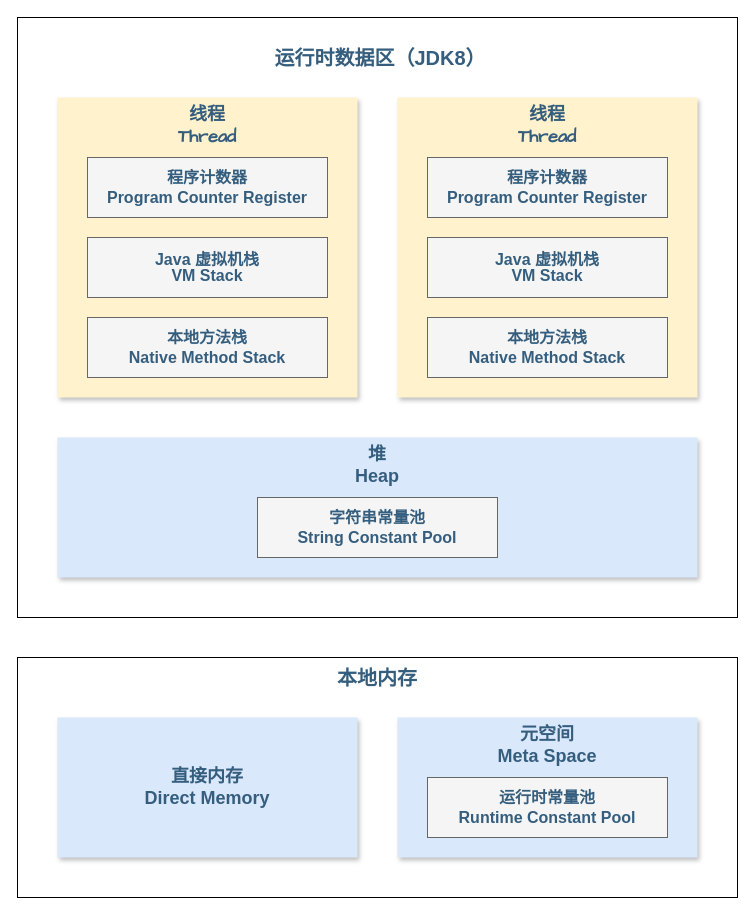
dunwu/waterdrop keeps this draw.io diagram as page "运行时数据区（JDK8）" (2 of 8) of assets/Java/JavaCore/Java虚拟机.drawio. Above is the earlier version. Source tidied: cells renumbered, new cells numbered last; positions are measured from the earlier drawing's top-left corner, leaving out a move shared by most shapes. Both pictures are drawn from the tidied source at 100%, with x=0, y=0 at pixel (17, 17).
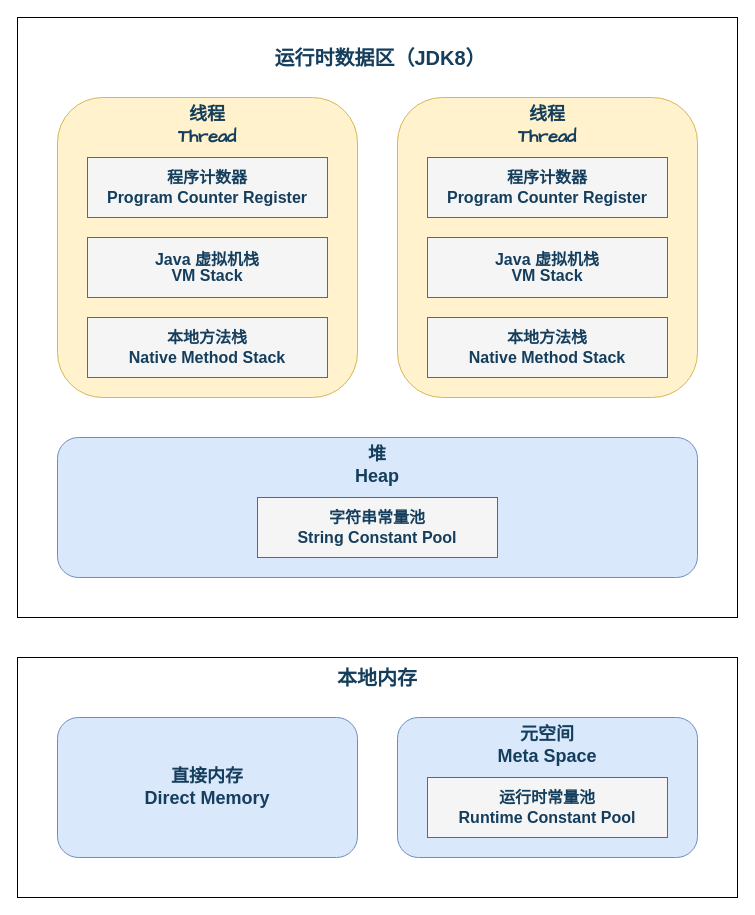
Above is the later version.

The edit, as a diff of the source:
```diff
@@
 <mxGraphModel>
   <root>
     <mxCell id="0" />
     <mxCell id="1" parent="0" />
+    <mxCell id="4" style="rounded=0;whiteSpace=wrap;html=1;fontSize=16;fillColor=none;fontColor=#153E5D;" parent="1" vertex="1">
+      <mxGeometry width="720" height="600" as="geometry" />
+    </mxCell>
-    <mxCell id="2" style="rounded=0;whiteSpace=wrap;html=1;fontSize=16;fontColor=#355E7E;fillColor=none;" parent="1" vertex="1">
+    <mxCell id="2" style="rounded=0;whiteSpace=wrap;html=1;fontSize=16;fontColor=#153E5D;fillColor=none;" parent="1" vertex="1">
       <mxGeometry y="640" width="720" height="240" as="geometry" />
     </mxCell>
-    <mxCell id="3" value="&lt;div style=&quot;border-color: var(--border-color); font-family: &amp;quot;Comic Sans MS&amp;quot;; font-size: 18px; font-weight: 700;&quot;&gt;&lt;div style=&quot;border-color: var(--border-color);&quot;&gt;线程&lt;/div&gt;&lt;div style=&quot;border-color: var(--border-color);&quot;&gt;Thread&lt;/div&gt;&lt;/div&gt;" style="rounded=0;whiteSpace=wrap;html=1;fillColor=#fff2cc;strokeColor=none;shadow=1;fontSize=16;fontColor=#355E7E;verticalAlign=top;" parent="1" vertex="1">
+    <mxCell id="3" value="&lt;div style=&quot;border-color: var(--border-color); font-family: &amp;quot;Comic Sans MS&amp;quot;; font-size: 18px; font-weight: 700;&quot;&gt;&lt;div style=&quot;border-color: var(--border-color);&quot;&gt;线程&lt;/div&gt;&lt;div style=&quot;border-color: var(--border-color);&quot;&gt;Thread&lt;/div&gt;&lt;/div&gt;" style="rounded=1;whiteSpace=wrap;html=1;fillColor=#fff2cc;strokeColor=#d6b656;shadow=0;fontSize=16;verticalAlign=top;fontColor=#153E5D;" parent="1" vertex="1">
       <mxGeometry x="40" y="80" width="300" height="300" as="geometry" />
     </mxCell>
-    <mxCell id="4" style="rounded=0;whiteSpace=wrap;html=1;fontSize=16;fillColor=none;" parent="1" vertex="1">
-      <mxGeometry width="720" height="600" as="geometry" />
-    </mxCell>
-    <mxCell id="5" value="&lt;div style=&quot;border-color: var(--border-color); font-size: 18px; font-weight: 700;&quot;&gt;元空间&lt;/div&gt;&lt;div style=&quot;border-color: var(--border-color); font-size: 18px; font-weight: 700;&quot;&gt;Meta Space&lt;/div&gt;" style="rounded=0;whiteSpace=wrap;html=1;fillColor=#dae8fc;strokeColor=none;shadow=1;fontSize=16;fontColor=#355E7E;verticalAlign=top;" parent="1" vertex="1">
+    <mxCell id="5" value="&lt;div style=&quot;border-color: var(--border-color); font-size: 18px; font-weight: 700;&quot;&gt;元空间&lt;/div&gt;&lt;div style=&quot;border-color: var(--border-color); font-size: 18px; font-weight: 700;&quot;&gt;Meta Space&lt;/div&gt;" style="rounded=1;whiteSpace=wrap;html=1;fillColor=#dae8fc;strokeColor=#6c8ebf;shadow=0;fontSize=16;verticalAlign=top;fontColor=#153E5D;" parent="1" vertex="1">
       <mxGeometry x="380" y="700" width="300" height="140" as="geometry" />
     </mxCell>
-    <mxCell id="6" value="运行时数据区（JDK8）" style="text;html=1;strokeColor=none;fillColor=none;align=center;verticalAlign=middle;whiteSpace=wrap;rounded=0;fontSize=20;fontStyle=1;fontColor=#355E7E;" parent="1" vertex="1">
+    <mxCell id="6" value="运行时数据区（JDK8）" style="text;html=1;strokeColor=none;fillColor=none;align=center;verticalAlign=middle;whiteSpace=wrap;rounded=0;fontSize=20;fontStyle=1;fontColor=#153E5D;" parent="1" vertex="1">
       <mxGeometry x="220" y="20" width="286" height="40" as="geometry" />
     </mxCell>
-    <mxCell id="7" value="&lt;div style=&quot;border-color: var(--border-color); font-size: 18px; font-weight: 700;&quot;&gt;堆&lt;/div&gt;&lt;div style=&quot;border-color: var(--border-color); font-size: 18px; font-weight: 700;&quot;&gt;Heap&lt;/div&gt;" style="rounded=0;whiteSpace=wrap;html=1;fillColor=#dae8fc;strokeColor=none;shadow=1;fontSize=16;fontColor=#355E7E;verticalAlign=top;" parent="1" vertex="1">
+    <mxCell id="7" value="&lt;div style=&quot;border-color: var(--border-color); font-size: 18px; font-weight: 700;&quot;&gt;堆&lt;/div&gt;&lt;div style=&quot;border-color: var(--border-color); font-size: 18px; font-weight: 700;&quot;&gt;Heap&lt;/div&gt;" style="rounded=1;whiteSpace=wrap;html=1;fillColor=#dae8fc;strokeColor=#6c8ebf;shadow=0;fontSize=16;verticalAlign=top;fontColor=#153E5D;" parent="1" vertex="1">
       <mxGeometry x="40" y="420" width="640" height="140" as="geometry" />
     </mxCell>
-    <mxCell id="8" value="&lt;div style=&quot;font-size: 20px;&quot;&gt;本地内存&lt;/div&gt;" style="text;html=1;strokeColor=none;fillColor=none;align=center;verticalAlign=middle;whiteSpace=wrap;rounded=0;fontSize=20;fontStyle=1;fontColor=#355E7E;" parent="1" vertex="1">
+    <mxCell id="8" value="&lt;div style=&quot;font-size: 20px;&quot;&gt;本地内存&lt;/div&gt;" style="text;html=1;strokeColor=none;fillColor=none;align=center;verticalAlign=middle;whiteSpace=wrap;rounded=0;fontSize=20;fontStyle=1;fontColor=#153E5D;" parent="1" vertex="1">
       <mxGeometry x="300" y="640" width="120" height="40" as="geometry" />
     </mxCell>
-    <mxCell id="9" value="&lt;div style=&quot;border-color: var(--border-color);&quot;&gt;字符串常量池&lt;/div&gt;&lt;div style=&quot;border-color: var(--border-color);&quot;&gt;String Constant Pool&lt;/div&gt;" style="rounded=0;whiteSpace=wrap;html=1;fillColor=#f5f5f5;fontColor=#355E7E;strokeColor=#666666;fontSize=16;fontStyle=1;" parent="1" vertex="1">
+    <mxCell id="9" value="&lt;div style=&quot;border-color: var(--border-color);&quot;&gt;字符串常量池&lt;/div&gt;&lt;div style=&quot;border-color: var(--border-color);&quot;&gt;String Constant Pool&lt;/div&gt;" style="rounded=0;whiteSpace=wrap;html=1;fillColor=#f5f5f5;fontColor=#153E5D;strokeColor=#666666;fontSize=16;fontStyle=1;" parent="1" vertex="1">
       <mxGeometry x="240" y="480" width="240" height="60" as="geometry" />
     </mxCell>
-    <mxCell id="10" value="&lt;div style=&quot;border-color: var(--border-color);&quot;&gt;&lt;div style=&quot;border-color: var(--border-color);&quot;&gt;运行时常量池&lt;/div&gt;&lt;div style=&quot;border-color: var(--border-color);&quot;&gt;Runtime Constant Pool&lt;/div&gt;&lt;/div&gt;" style="rounded=0;whiteSpace=wrap;html=1;fillColor=#f5f5f5;fontColor=#355E7E;strokeColor=#666666;fontSize=16;fontStyle=1;" parent="1" vertex="1">
+    <mxCell id="10" value="&lt;div style=&quot;border-color: var(--border-color);&quot;&gt;&lt;div style=&quot;border-color: var(--border-color);&quot;&gt;运行时常量池&lt;/div&gt;&lt;div style=&quot;border-color: var(--border-color);&quot;&gt;Runtime Constant Pool&lt;/div&gt;&lt;/div&gt;" style="rounded=0;whiteSpace=wrap;html=1;fillColor=#f5f5f5;fontColor=#153E5D;strokeColor=#666666;fontSize=16;fontStyle=1;" parent="1" vertex="1">
       <mxGeometry x="410" y="760" width="240" height="60" as="geometry" />
     </mxCell>
-    <mxCell id="11" value="&lt;div style=&quot;border-color: var(--border-color); font-size: 18px; font-weight: 700;&quot;&gt;直接内存&lt;/div&gt;&lt;div style=&quot;border-color: var(--border-color); font-size: 18px; font-weight: 700;&quot;&gt;Direct Memory&lt;/div&gt;" style="rounded=0;whiteSpace=wrap;html=1;fillColor=#dae8fc;strokeColor=none;shadow=1;fontSize=18;fontColor=#355E7E;" parent="1" vertex="1">
+    <mxCell id="11" value="&lt;div style=&quot;border-color: var(--border-color); font-size: 18px; font-weight: 700;&quot;&gt;直接内存&lt;/div&gt;&lt;div style=&quot;border-color: var(--border-color); font-size: 18px; font-weight: 700;&quot;&gt;Direct Memory&lt;/div&gt;" style="rounded=1;whiteSpace=wrap;html=1;fillColor=#dae8fc;strokeColor=#6c8ebf;shadow=0;fontSize=18;fontColor=#153E5D;" parent="1" vertex="1">
       <mxGeometry x="40" y="700" width="300" height="140" as="geometry" />
     </mxCell>
-    <mxCell id="12" value="&lt;div style=&quot;border-color: var(--border-color); font-family: &amp;quot;Comic Sans MS&amp;quot;; font-size: 18px; font-weight: 700;&quot;&gt;&lt;div style=&quot;border-color: var(--border-color);&quot;&gt;线程&lt;/div&gt;&lt;div style=&quot;border-color: var(--border-color);&quot;&gt;Thread&lt;/div&gt;&lt;/div&gt;" style="rounded=0;whiteSpace=wrap;html=1;fillColor=#fff2cc;strokeColor=none;shadow=1;fontSize=16;fontColor=#355E7E;verticalAlign=top;" parent="1" vertex="1">
+    <mxCell id="12" value="&lt;div style=&quot;border-color: var(--border-color); font-family: &amp;quot;Comic Sans MS&amp;quot;; font-size: 18px; font-weight: 700;&quot;&gt;&lt;div style=&quot;border-color: var(--border-color);&quot;&gt;线程&lt;/div&gt;&lt;div style=&quot;border-color: var(--border-color);&quot;&gt;Thread&lt;/div&gt;&lt;/div&gt;" style="rounded=1;whiteSpace=wrap;html=1;fillColor=#fff2cc;strokeColor=#d6b656;shadow=0;fontSize=16;verticalAlign=top;fontColor=#153E5D;" parent="1" vertex="1">
       <mxGeometry x="380" y="80" width="300" height="300" as="geometry" />
     </mxCell>
-    <mxCell id="13" value="&lt;div style=&quot;font-size: 16px;&quot;&gt;&lt;div style=&quot;font-size: 16px;&quot;&gt;程序计数器&lt;/div&gt;&lt;div style=&quot;font-size: 16px;&quot;&gt;Program Counter Register&lt;/div&gt;&lt;/div&gt;" style="rounded=0;whiteSpace=wrap;html=1;fontSize=16;fillColor=#f5f5f5;fontColor=#355E7E;strokeColor=#666666;fontStyle=1;" parent="1" vertex="1">
+    <mxCell id="13" value="&lt;div style=&quot;font-size: 16px;&quot;&gt;&lt;div style=&quot;font-size: 16px;&quot;&gt;程序计数器&lt;/div&gt;&lt;div style=&quot;font-size: 16px;&quot;&gt;Program Counter Register&lt;/div&gt;&lt;/div&gt;" style="rounded=0;whiteSpace=wrap;html=1;fontSize=16;fillColor=#f5f5f5;fontColor=#153E5D;strokeColor=#666666;fontStyle=1;" parent="1" vertex="1">
       <mxGeometry x="410" y="140" width="240" height="60" as="geometry" />
     </mxCell>
-    <mxCell id="14" value="&lt;div style=&quot;font-size: 16px;&quot;&gt;&lt;div style=&quot;font-size: 16px;&quot;&gt;&lt;p style=&quot;border-color: var(--border-color); margin: 0px 4px; line-height: 16px;&quot; align=&quot;center&quot;&gt;Java 虚拟机栈&lt;/p&gt;&lt;p style=&quot;border-color: var(--border-color); margin: 0px 4px; line-height: 16px;&quot; align=&quot;center&quot;&gt;VM Stack&lt;/p&gt;&lt;/div&gt;&lt;/div&gt;" style="rounded=0;whiteSpace=wrap;html=1;fontSize=16;fillColor=#f5f5f5;fontColor=#355E7E;strokeColor=#666666;fontStyle=1;" parent="1" vertex="1">
+    <mxCell id="14" value="&lt;div style=&quot;font-size: 16px;&quot;&gt;&lt;div style=&quot;font-size: 16px;&quot;&gt;&lt;p style=&quot;border-color: var(--border-color); margin: 0px 4px; line-height: 16px;&quot; align=&quot;center&quot;&gt;Java 虚拟机栈&lt;/p&gt;&lt;p style=&quot;border-color: var(--border-color); margin: 0px 4px; line-height: 16px;&quot; align=&quot;center&quot;&gt;VM Stack&lt;/p&gt;&lt;/div&gt;&lt;/div&gt;" style="rounded=0;whiteSpace=wrap;html=1;fontSize=16;fillColor=#f5f5f5;fontColor=#153E5D;strokeColor=#666666;fontStyle=1;" parent="1" vertex="1">
       <mxGeometry x="410" y="220" width="240" height="60" as="geometry" />
     </mxCell>
-    <mxCell id="15" value="&lt;div style=&quot;font-size: 16px;&quot;&gt;&lt;div style=&quot;font-size: 16px;&quot;&gt;&lt;div style=&quot;border-color: var(--border-color);&quot;&gt;本地方法栈&lt;/div&gt;&lt;div style=&quot;border-color: var(--border-color);&quot;&gt;Native Method Stack&lt;/div&gt;&lt;/div&gt;&lt;/div&gt;" style="rounded=0;whiteSpace=wrap;html=1;fontSize=16;fillColor=#f5f5f5;fontColor=#355E7E;strokeColor=#666666;fontStyle=1;" parent="1" vertex="1">
+    <mxCell id="15" value="&lt;div style=&quot;font-size: 16px;&quot;&gt;&lt;div style=&quot;font-size: 16px;&quot;&gt;&lt;div style=&quot;border-color: var(--border-color);&quot;&gt;本地方法栈&lt;/div&gt;&lt;div style=&quot;border-color: var(--border-color);&quot;&gt;Native Method Stack&lt;/div&gt;&lt;/div&gt;&lt;/div&gt;" style="rounded=0;whiteSpace=wrap;html=1;fontSize=16;fillColor=#f5f5f5;fontColor=#153E5D;strokeColor=#666666;fontStyle=1;" parent="1" vertex="1">
       <mxGeometry x="410" y="300" width="240" height="60" as="geometry" />
     </mxCell>
-    <mxCell id="16" value="&lt;div style=&quot;font-size: 16px;&quot;&gt;&lt;div style=&quot;font-size: 16px;&quot;&gt;程序计数器&lt;/div&gt;&lt;div style=&quot;font-size: 16px;&quot;&gt;Program Counter Register&lt;/div&gt;&lt;/div&gt;" style="rounded=0;whiteSpace=wrap;html=1;fontSize=16;fillColor=#f5f5f5;fontColor=#355E7E;strokeColor=#666666;fontStyle=1;" parent="1" vertex="1">
+    <mxCell id="16" value="&lt;div style=&quot;font-size: 16px;&quot;&gt;&lt;div style=&quot;font-size: 16px;&quot;&gt;程序计数器&lt;/div&gt;&lt;div style=&quot;font-size: 16px;&quot;&gt;Program Counter Register&lt;/div&gt;&lt;/div&gt;" style="rounded=0;whiteSpace=wrap;html=1;fontSize=16;fillColor=#f5f5f5;fontColor=#153E5D;strokeColor=#666666;fontStyle=1;" parent="1" vertex="1">
       <mxGeometry x="70" y="140" width="240" height="60" as="geometry" />
     </mxCell>
-    <mxCell id="17" value="&lt;div style=&quot;font-size: 16px;&quot;&gt;&lt;div style=&quot;font-size: 16px;&quot;&gt;&lt;p style=&quot;border-color: var(--border-color); margin: 0px 4px; line-height: 16px;&quot; align=&quot;center&quot;&gt;Java 虚拟机栈&lt;/p&gt;&lt;p style=&quot;border-color: var(--border-color); margin: 0px 4px; line-height: 16px;&quot; align=&quot;center&quot;&gt;VM Stack&lt;/p&gt;&lt;/div&gt;&lt;/div&gt;" style="rounded=0;whiteSpace=wrap;html=1;fontSize=16;fillColor=#f5f5f5;fontColor=#355E7E;strokeColor=#666666;fontStyle=1;" parent="1" vertex="1">
+    <mxCell id="17" value="&lt;div style=&quot;font-size: 16px;&quot;&gt;&lt;div style=&quot;font-size: 16px;&quot;&gt;&lt;p style=&quot;border-color: var(--border-color); margin: 0px 4px; line-height: 16px;&quot; align=&quot;center&quot;&gt;Java 虚拟机栈&lt;/p&gt;&lt;p style=&quot;border-color: var(--border-color); margin: 0px 4px; line-height: 16px;&quot; align=&quot;center&quot;&gt;VM Stack&lt;/p&gt;&lt;/div&gt;&lt;/div&gt;" style="rounded=0;whiteSpace=wrap;html=1;fontSize=16;fillColor=#f5f5f5;fontColor=#153E5D;strokeColor=#666666;fontStyle=1;" parent="1" vertex="1">
       <mxGeometry x="70" y="220" width="240" height="60" as="geometry" />
     </mxCell>
-    <mxCell id="18" value="&lt;div style=&quot;font-size: 16px;&quot;&gt;&lt;div style=&quot;font-size: 16px;&quot;&gt;&lt;div style=&quot;border-color: var(--border-color);&quot;&gt;本地方法栈&lt;/div&gt;&lt;div style=&quot;border-color: var(--border-color);&quot;&gt;Native Method Stack&lt;/div&gt;&lt;/div&gt;&lt;/div&gt;" style="rounded=0;whiteSpace=wrap;html=1;fontSize=16;fillColor=#f5f5f5;fontColor=#355E7E;strokeColor=#666666;fontStyle=1;" parent="1" vertex="1">
+    <mxCell id="18" value="&lt;div style=&quot;font-size: 16px;&quot;&gt;&lt;div style=&quot;font-size: 16px;&quot;&gt;&lt;div style=&quot;border-color: var(--border-color);&quot;&gt;本地方法栈&lt;/div&gt;&lt;div style=&quot;border-color: var(--border-color);&quot;&gt;Native Method Stack&lt;/div&gt;&lt;/div&gt;&lt;/div&gt;" style="rounded=0;whiteSpace=wrap;html=1;fontSize=16;fillColor=#f5f5f5;fontColor=#153E5D;strokeColor=#666666;fontStyle=1;" parent="1" vertex="1">
       <mxGeometry x="70" y="300" width="240" height="60" as="geometry" />
     </mxCell>
   </root>
 </mxGraphModel>
```
